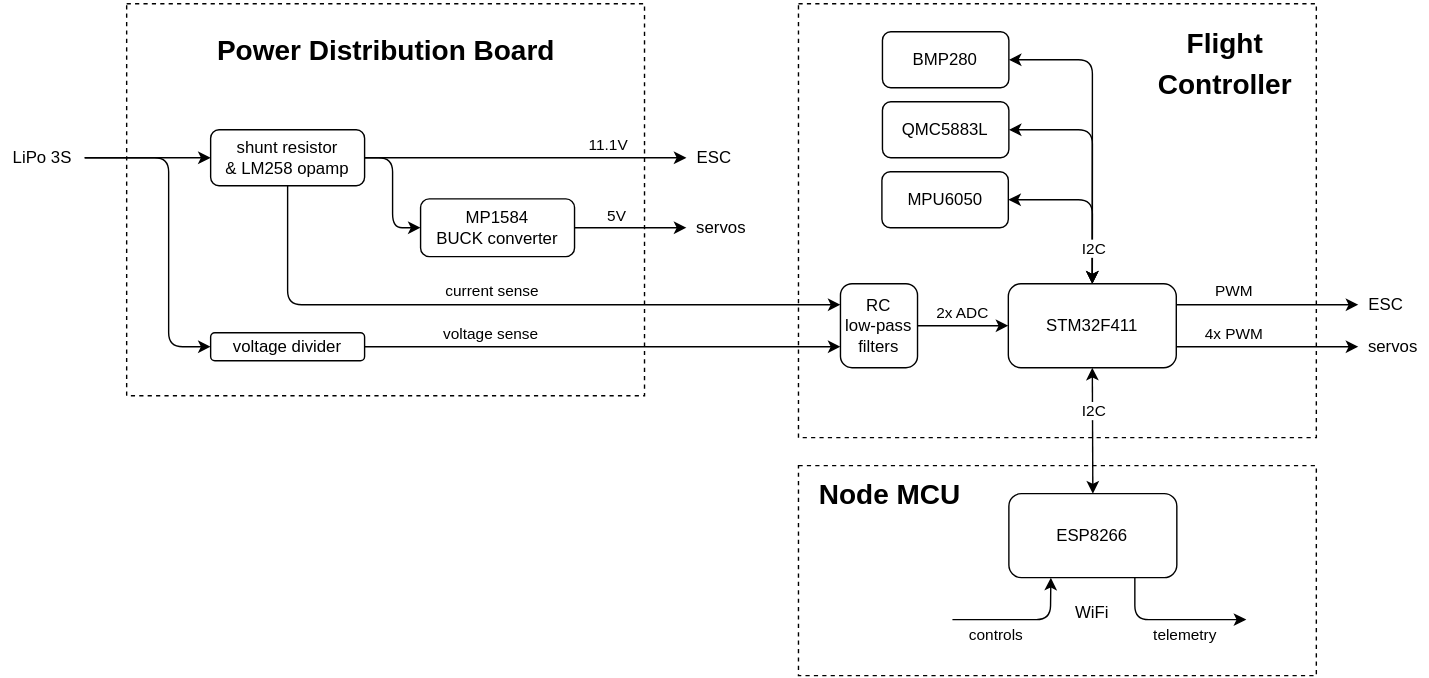
Above: docs/electronics_diagram.drawio.svg in Eryk-Mozdzen/uav-tvc-goose (draw.io), before the change. Source tidied: cells renumbered, new cells last; positions are measured from the earlier drawing's top-left corner, leaving out a move shared by most shapes. Source of this version:
```xml
<mxGraphModel background="#ffffff">
  <root>
    <mxCell id="0" />
    <mxCell id="1" parent="0" />
    <mxCell id="2" style="rounded=0;whiteSpace=wrap;html=1;dashed=1;" parent="1" vertex="1">
      <mxGeometry x="90" width="370" height="280" as="geometry" />
    </mxCell>
    <mxCell id="3" style="rounded=0;whiteSpace=wrap;html=1;dashed=1;" parent="1" vertex="1">
      <mxGeometry x="570" width="370" height="310" as="geometry" />
    </mxCell>
    <mxCell id="4" style="rounded=0;whiteSpace=wrap;html=1;dashed=1;" parent="1" vertex="1">
      <mxGeometry x="570" y="330" width="370" height="150" as="geometry" />
    </mxCell>
    <mxCell id="5" style="edgeStyle=none;html=1;entryX=0.25;entryY=1;entryDx=0;entryDy=0;" parent="1" edge="1" target="10">
      <mxGeometry relative="1" as="geometry">
        <mxPoint x="680" y="440" as="sourcePoint" />
        <Array as="points">
          <mxPoint x="750" y="440" />
        </Array>
      </mxGeometry>
    </mxCell>
    <mxCell id="6" value="controls" style="edgeLabel;html=1;align=center;verticalAlign=middle;" parent="5" vertex="1">
      <mxGeometry x="0.02" relative="1" as="geometry">
        <mxPoint x="-21" y="10" as="offset" />
      </mxGeometry>
    </mxCell>
    <mxCell id="7" value="STM32F411" style="rounded=1;whiteSpace=wrap;html=1;" parent="1" vertex="1">
      <mxGeometry x="719.9" y="200" width="120" height="60" as="geometry" />
    </mxCell>
    <mxCell id="8" style="edgeStyle=none;html=1;exitX=0.75;exitY=1;exitDx=0;exitDy=0;" parent="1" edge="1" source="10">
      <mxGeometry relative="1" as="geometry">
        <mxPoint x="890" y="440" as="targetPoint" />
        <Array as="points">
          <mxPoint x="810.3" y="440" />
        </Array>
      </mxGeometry>
    </mxCell>
    <mxCell id="9" value="telemetry" style="edgeLabel;html=1;align=center;verticalAlign=middle;" parent="8" vertex="1">
      <mxGeometry x="0.11" relative="1" as="geometry">
        <mxPoint x="4" y="10" as="offset" />
      </mxGeometry>
    </mxCell>
    <mxCell id="10" value="ESP8266" style="rounded=1;whiteSpace=wrap;html=1;" parent="1" vertex="1">
      <mxGeometry x="720.3" y="350" width="120" height="60" as="geometry" />
    </mxCell>
    <mxCell id="11" value="WiFi" style="text;html=1;strokeColor=none;fillColor=none;align=center;verticalAlign=middle;whiteSpace=wrap;rounded=0;" parent="1" vertex="1">
      <mxGeometry x="750.3" y="420" width="60" height="30" as="geometry" />
    </mxCell>
    <mxCell id="12" style="endArrow=classic;html=1;entryX=0;entryY=0.5;entryDx=0;entryDy=0;exitX=1;exitY=0.5;exitDx=0;exitDy=0;" parent="1" edge="1" source="33" target="31">
      <mxGeometry relative="1" as="geometry" />
    </mxCell>
    <mxCell id="13" value="11.1V" style="edgeLabel;html=1;align=center;verticalAlign=middle;" parent="12" vertex="1">
      <mxGeometry x="0.37" y="-2" relative="1" as="geometry">
        <mxPoint x="16" y="-12" as="offset" />
      </mxGeometry>
    </mxCell>
    <mxCell id="14" style="endArrow=classic;html=1;entryX=0;entryY=0.5;entryDx=0;entryDy=0;exitX=1;exitY=0.25;exitDx=0;exitDy=0;" parent="1" edge="1" source="7" target="16">
      <mxGeometry relative="1" as="geometry" />
    </mxCell>
    <mxCell id="15" value="PWM" style="edgeLabel;html=1;align=center;verticalAlign=middle;" parent="14" vertex="1">
      <mxGeometry x="-0.23" y="-1" relative="1" as="geometry">
        <mxPoint x="-10" y="-12" as="offset" />
      </mxGeometry>
    </mxCell>
    <mxCell id="16" value="ESC" style="text;html=1;strokeColor=none;fillColor=none;align=center;verticalAlign=middle;whiteSpace=wrap;rounded=0;" parent="1" vertex="1">
      <mxGeometry x="970" y="200" width="40" height="30" as="geometry" />
    </mxCell>
    <mxCell id="17" style="endArrow=classic;html=1;entryX=0;entryY=0.5;entryDx=0;entryDy=0;exitX=1;exitY=0.75;exitDx=0;exitDy=0;" parent="1" edge="1" source="7" target="19">
      <mxGeometry relative="1" as="geometry" />
    </mxCell>
    <mxCell id="18" value="4x PWM" style="edgeLabel;html=1;align=center;verticalAlign=middle;" parent="17" vertex="1">
      <mxGeometry x="0.34" y="1" relative="1" as="geometry">
        <mxPoint x="-47" y="-9" as="offset" />
      </mxGeometry>
    </mxCell>
    <mxCell id="19" value="servos" style="text;html=1;strokeColor=none;fillColor=none;align=center;verticalAlign=middle;whiteSpace=wrap;rounded=0;" parent="1" vertex="1">
      <mxGeometry x="970" y="230" width="50" height="30" as="geometry" />
    </mxCell>
    <mxCell id="20" value="QMC5883L" style="rounded=1;whiteSpace=wrap;html=1;" parent="1" vertex="1">
      <mxGeometry x="630" y="70" width="90.3" height="40" as="geometry" />
    </mxCell>
    <mxCell id="21" value="MPU6050" style="rounded=1;whiteSpace=wrap;html=1;" parent="1" vertex="1">
      <mxGeometry x="629.6" y="120" width="90.3" height="40" as="geometry" />
    </mxCell>
    <mxCell id="22" style="endArrow=classic;startArrow=classic;html=1;exitX=0.5;exitY=0;exitDx=0;exitDy=0;entryX=1;entryY=0.5;entryDx=0;entryDy=0;" parent="1" edge="1" source="7" target="21">
      <mxGeometry relative="1" as="geometry">
        <Array as="points">
          <mxPoint x="780" y="140" />
        </Array>
      </mxGeometry>
    </mxCell>
    <mxCell id="23" style="endArrow=classic;startArrow=classic;html=1;exitX=0.5;exitY=0;exitDx=0;exitDy=0;entryX=1;entryY=0.5;entryDx=0;entryDy=0;" parent="1" edge="1" source="7" target="20">
      <mxGeometry relative="1" as="geometry">
        <Array as="points">
          <mxPoint x="780" y="90" />
        </Array>
      </mxGeometry>
    </mxCell>
    <mxCell id="24" value="BMP280" style="rounded=1;whiteSpace=wrap;html=1;" parent="1" vertex="1">
      <mxGeometry x="630" y="20" width="90.3" height="40" as="geometry" />
    </mxCell>
    <mxCell id="25" style="endArrow=classic;startArrow=classic;html=1;exitX=0.5;exitY=0;exitDx=0;exitDy=0;entryX=1;entryY=0.5;entryDx=0;entryDy=0;" parent="1" edge="1" source="7" target="24">
      <mxGeometry relative="1" as="geometry">
        <Array as="points">
          <mxPoint x="780" y="40" />
        </Array>
      </mxGeometry>
    </mxCell>
    <mxCell id="26" value="I2C" style="edgeLabel;html=1;align=center;verticalAlign=middle;" parent="25" vertex="1">
      <mxGeometry x="0.44" relative="1" as="geometry">
        <mxPoint y="133" as="offset" />
      </mxGeometry>
    </mxCell>
    <mxCell id="27" value="&lt;div&gt;MP1584&lt;/div&gt;&lt;div&gt;BUCK converter&lt;/div&gt;" style="rounded=1;whiteSpace=wrap;html=1;" parent="1" vertex="1">
      <mxGeometry x="300" y="139.4" width="110" height="41.2" as="geometry" />
    </mxCell>
    <mxCell id="28" style="edgeStyle=none;html=1;exitX=1;exitY=0.5;exitDx=0;exitDy=0;" parent="1" edge="1" source="27" target="32">
      <mxGeometry relative="1" as="geometry" />
    </mxCell>
    <mxCell id="29" value="5V" style="edgeLabel;html=1;align=center;verticalAlign=middle;" parent="28" vertex="1">
      <mxGeometry x="0.33" y="-1" relative="1" as="geometry">
        <mxPoint x="-24" y="-10" as="offset" />
      </mxGeometry>
    </mxCell>
    <mxCell id="30" style="endArrow=classic;html=1;entryX=0;entryY=0.5;entryDx=0;entryDy=0;exitX=1;exitY=0.5;exitDx=0;exitDy=0;" parent="1" edge="1" source="33" target="27">
      <mxGeometry relative="1" as="geometry">
        <Array as="points">
          <mxPoint x="280" y="110" />
          <mxPoint x="280" y="160" />
        </Array>
      </mxGeometry>
    </mxCell>
    <mxCell id="31" value="ESC" style="text;html=1;strokeColor=none;fillColor=none;align=center;verticalAlign=middle;whiteSpace=wrap;rounded=0;" parent="1" vertex="1">
      <mxGeometry x="489.9" y="95" width="40" height="30" as="geometry" />
    </mxCell>
    <mxCell id="32" value="servos" style="text;html=1;strokeColor=none;fillColor=none;align=center;verticalAlign=middle;whiteSpace=wrap;rounded=0;" parent="1" vertex="1">
      <mxGeometry x="489.9" y="145" width="50" height="30" as="geometry" />
    </mxCell>
    <mxCell id="33" value="shunt resistor&lt;br&gt;&amp;amp; LM258 opamp" style="rounded=1;whiteSpace=wrap;html=1;" parent="1" vertex="1">
      <mxGeometry x="150" y="90" width="110" height="40" as="geometry" />
    </mxCell>
    <mxCell id="34" style="endArrow=classic;html=1;entryX=0;entryY=0.5;entryDx=0;entryDy=0;exitX=1;exitY=0.5;exitDx=0;exitDy=0;" parent="1" edge="1" source="39" target="33">
      <mxGeometry relative="1" as="geometry" />
    </mxCell>
    <mxCell id="35" style="endArrow=classic;html=1;exitX=0.5;exitY=1;exitDx=0;exitDy=0;entryX=0;entryY=0.25;entryDx=0;entryDy=0;" parent="1" edge="1" source="33" target="44">
      <mxGeometry relative="1" as="geometry">
        <Array as="points">
          <mxPoint x="205" y="215" />
        </Array>
      </mxGeometry>
    </mxCell>
    <mxCell id="36" value="current sense" style="edgeLabel;html=1;align=center;verticalAlign=middle;fontSize=11;" parent="35" vertex="1">
      <mxGeometry x="0.55" y="-1" relative="1" as="geometry">
        <mxPoint x="-141" y="-12" as="offset" />
      </mxGeometry>
    </mxCell>
    <mxCell id="37" style="endArrow=classic;startArrow=classic;html=1;exitX=0.5;exitY=1;exitDx=0;exitDy=0;entryX=0.5;entryY=0;entryDx=0;entryDy=0;" parent="1" edge="1" source="7" target="10">
      <mxGeometry relative="1" as="geometry" />
    </mxCell>
    <mxCell id="38" value="I2C" style="edgeLabel;html=1;align=center;verticalAlign=middle;" parent="37" vertex="1">
      <mxGeometry x="0.11" relative="1" as="geometry">
        <mxPoint y="-20" as="offset" />
      </mxGeometry>
    </mxCell>
    <mxCell id="39" value="LiPo 3S" style="text;html=1;strokeColor=none;fillColor=none;align=center;verticalAlign=middle;whiteSpace=wrap;rounded=0;dashed=1;" parent="1" vertex="1">
      <mxGeometry y="95" width="60" height="30" as="geometry" />
    </mxCell>
    <mxCell id="40" value="voltage divider" style="rounded=1;whiteSpace=wrap;html=1;" parent="1" vertex="1">
      <mxGeometry x="150" y="235" width="110" height="20" as="geometry" />
    </mxCell>
    <mxCell id="41" style="endArrow=classic;html=1;exitX=1;exitY=0.5;exitDx=0;exitDy=0;entryX=0;entryY=0.5;entryDx=0;entryDy=0;" parent="1" edge="1" source="39" target="40">
      <mxGeometry relative="1" as="geometry">
        <Array as="points">
          <mxPoint x="120" y="110" />
          <mxPoint x="120" y="245" />
        </Array>
      </mxGeometry>
    </mxCell>
    <mxCell id="42" style="endArrow=classic;html=1;exitX=1;exitY=0.5;exitDx=0;exitDy=0;entryX=0;entryY=0.75;entryDx=0;entryDy=0;" parent="1" edge="1" source="40" target="44">
      <mxGeometry relative="1" as="geometry" />
    </mxCell>
    <mxCell id="43" value="voltage sense" style="edgeLabel;html=1;align=center;verticalAlign=middle;fontSize=11;" parent="42" vertex="1">
      <mxGeometry x="-0.26" y="1" relative="1" as="geometry">
        <mxPoint x="-36" y="-9" as="offset" />
      </mxGeometry>
    </mxCell>
    <mxCell id="44" value="RC&lt;br&gt;low-pass filters" style="rounded=1;whiteSpace=wrap;html=1;" parent="1" vertex="1">
      <mxGeometry x="600" y="200" width="55.1" height="60" as="geometry" />
    </mxCell>
    <mxCell id="45" style="endArrow=classic;html=1;exitX=1;exitY=0.5;exitDx=0;exitDy=0;entryX=0;entryY=0.5;entryDx=0;entryDy=0;" parent="1" edge="1" source="44" target="7">
      <mxGeometry relative="1" as="geometry" />
    </mxCell>
    <mxCell id="46" value="2x ADC" style="edgeLabel;html=1;align=center;verticalAlign=middle;" parent="45" vertex="1">
      <mxGeometry x="-0.37" relative="1" as="geometry">
        <mxPoint x="11" y="-10" as="offset" />
      </mxGeometry>
    </mxCell>
    <mxCell id="47" value="&lt;h1&gt;&lt;font style=&quot;font-size: 20px&quot;&gt;Flight Controller&lt;/font&gt;&lt;/h1&gt;" style="text;html=1;strokeColor=none;fillColor=none;spacing=5;spacingTop=-20;whiteSpace=wrap;overflow=hidden;rounded=0;dashed=1;align=center;" parent="1" vertex="1">
      <mxGeometry x="820" y="7.5" width="110" height="65" as="geometry" />
    </mxCell>
    <mxCell id="48" value="&lt;h1&gt;&lt;font style=&quot;font-size: 20px&quot;&gt;Power Distribution Board&lt;/font&gt;&lt;/h1&gt;" style="text;html=1;strokeColor=none;fillColor=none;spacing=5;spacingTop=-20;whiteSpace=wrap;overflow=hidden;rounded=0;dashed=1;" parent="1" vertex="1">
      <mxGeometry x="150" y="12.5" width="260" height="40" as="geometry" />
    </mxCell>
    <mxCell id="49" value="&lt;h1&gt;&lt;font style=&quot;font-size: 20px&quot;&gt;Node MCU&lt;/font&gt;&lt;/h1&gt;" style="text;html=1;strokeColor=none;fillColor=none;spacing=5;spacingTop=-20;whiteSpace=wrap;overflow=hidden;rounded=0;dashed=1;" parent="1" vertex="1">
      <mxGeometry x="580" y="330" width="120" height="40" as="geometry" />
    </mxCell>
  </root>
</mxGraphModel>
```
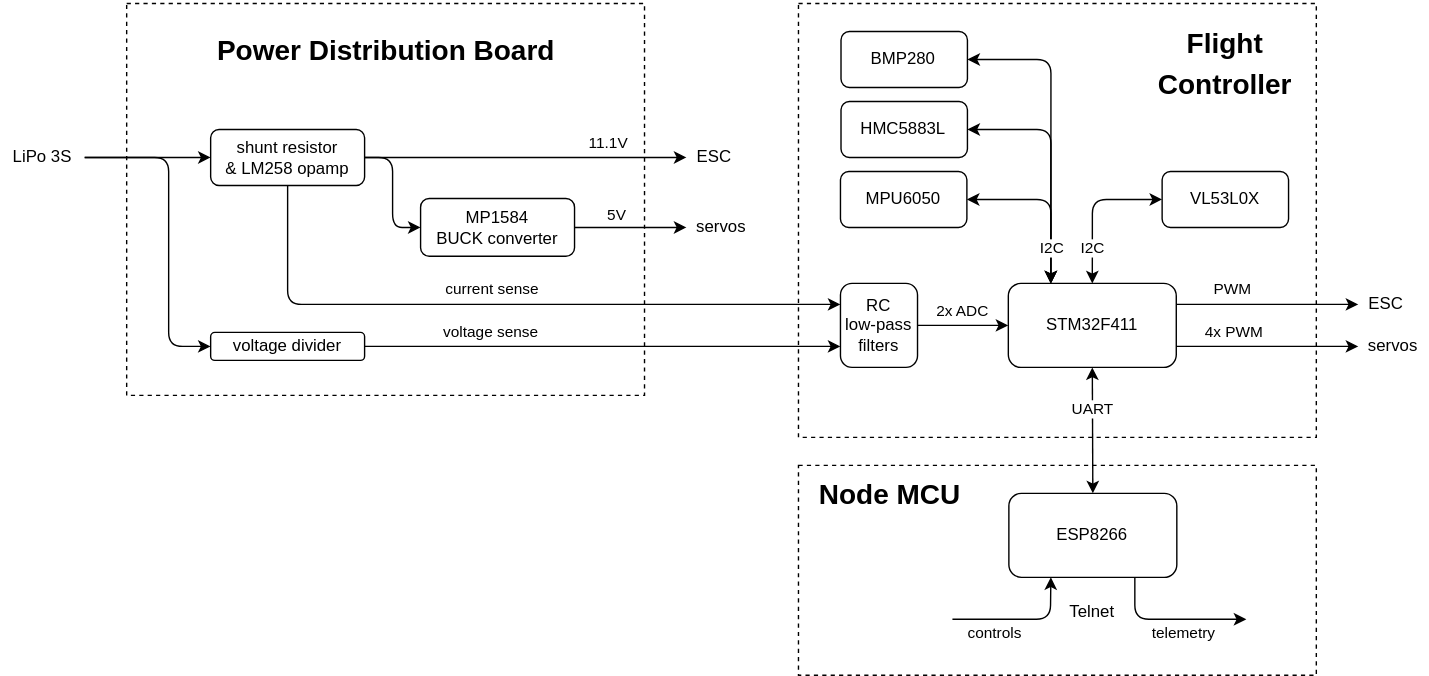
Later version of the same file.

The edit, as a diff of the source:
```diff
@@ -43,7 +43,7 @@
     <mxCell id="10" value="ESP8266" style="rounded=1;whiteSpace=wrap;html=1;" parent="1" vertex="1">
       <mxGeometry x="720.3" y="350" width="120" height="60" as="geometry" />
     </mxCell>
-    <mxCell id="11" value="WiFi" style="text;html=1;strokeColor=none;fillColor=none;align=center;verticalAlign=middle;whiteSpace=wrap;rounded=0;" parent="1" vertex="1">
+    <mxCell id="11" value="Telnet" style="text;html=1;strokeColor=none;fillColor=none;align=center;verticalAlign=middle;whiteSpace=wrap;rounded=0;" parent="1" vertex="1">
       <mxGeometry x="750.3" y="420" width="60" height="30" as="geometry" />
     </mxCell>
     <mxCell id="12" style="endArrow=classic;html=1;entryX=0;entryY=0.5;entryDx=0;entryDy=0;exitX=1;exitY=0.5;exitDx=0;exitDy=0;" parent="1" edge="1" source="33" target="31">
@@ -76,33 +76,36 @@
     <mxCell id="19" value="servos" style="text;html=1;strokeColor=none;fillColor=none;align=center;verticalAlign=middle;whiteSpace=wrap;rounded=0;" parent="1" vertex="1">
       <mxGeometry x="970" y="230" width="50" height="30" as="geometry" />
     </mxCell>
-    <mxCell id="20" value="QMC5883L" style="rounded=1;whiteSpace=wrap;html=1;" parent="1" vertex="1">
-      <mxGeometry x="630" y="70" width="90.3" height="40" as="geometry" />
+    <mxCell id="20" value="HMC5883L" style="rounded=1;whiteSpace=wrap;html=1;" parent="1" vertex="1">
+      <mxGeometry x="600.4" y="70" width="90.3" height="40" as="geometry" />
     </mxCell>
     <mxCell id="21" value="MPU6050" style="rounded=1;whiteSpace=wrap;html=1;" parent="1" vertex="1">
-      <mxGeometry x="629.6" y="120" width="90.3" height="40" as="geometry" />
+      <mxGeometry x="600" y="120" width="90.3" height="40" as="geometry" />
     </mxCell>
-    <mxCell id="22" style="endArrow=classic;startArrow=classic;html=1;exitX=0.5;exitY=0;exitDx=0;exitDy=0;entryX=1;entryY=0.5;entryDx=0;entryDy=0;" parent="1" edge="1" source="7" target="21">
+    <mxCell id="22" style="endArrow=classic;startArrow=classic;html=1;exitX=0.5;exitY=0;exitDx=0;exitDy=0;entryX=1;entryY=0.5;entryDx=0;entryDy=0;" parent="1" edge="1" target="21">
       <mxGeometry relative="1" as="geometry">
+        <mxPoint x="750.3" y="200" as="sourcePoint" />
         <Array as="points">
-          <mxPoint x="780" y="140" />
+          <mxPoint x="750.4" y="140" />
         </Array>
       </mxGeometry>
     </mxCell>
-    <mxCell id="23" style="endArrow=classic;startArrow=classic;html=1;exitX=0.5;exitY=0;exitDx=0;exitDy=0;entryX=1;entryY=0.5;entryDx=0;entryDy=0;" parent="1" edge="1" source="7" target="20">
+    <mxCell id="23" style="endArrow=classic;startArrow=classic;html=1;exitX=0.5;exitY=0;exitDx=0;exitDy=0;entryX=1;entryY=0.5;entryDx=0;entryDy=0;" parent="1" edge="1" target="20">
       <mxGeometry relative="1" as="geometry">
+        <mxPoint x="750.3" y="200" as="sourcePoint" />
         <Array as="points">
-          <mxPoint x="780" y="90" />
+          <mxPoint x="750.4" y="90" />
         </Array>
       </mxGeometry>
     </mxCell>
     <mxCell id="24" value="BMP280" style="rounded=1;whiteSpace=wrap;html=1;" parent="1" vertex="1">
-      <mxGeometry x="630" y="20" width="90.3" height="40" as="geometry" />
+      <mxGeometry x="600.4" y="20" width="90.3" height="40" as="geometry" />
     </mxCell>
-    <mxCell id="25" style="endArrow=classic;startArrow=classic;html=1;exitX=0.5;exitY=0;exitDx=0;exitDy=0;entryX=1;entryY=0.5;entryDx=0;entryDy=0;" parent="1" edge="1" source="7" target="24">
+    <mxCell id="25" style="endArrow=classic;startArrow=classic;html=1;exitX=0.5;exitY=0;exitDx=0;exitDy=0;entryX=1;entryY=0.5;entryDx=0;entryDy=0;" parent="1" edge="1" target="24">
       <mxGeometry relative="1" as="geometry">
+        <mxPoint x="750.3" y="200" as="sourcePoint" />
         <Array as="points">
-          <mxPoint x="780" y="40" />
+          <mxPoint x="750.4" y="40" />
         </Array>
       </mxGeometry>
     </mxCell>
@@ -157,7 +160,7 @@
     <mxCell id="37" style="endArrow=classic;startArrow=classic;html=1;exitX=0.5;exitY=1;exitDx=0;exitDy=0;entryX=0.5;entryY=0;entryDx=0;entryDy=0;" parent="1" edge="1" source="7" target="10">
       <mxGeometry relative="1" as="geometry" />
     </mxCell>
-    <mxCell id="38" value="I2C" style="edgeLabel;html=1;align=center;verticalAlign=middle;" parent="37" vertex="1">
+    <mxCell id="38" value="UART" style="edgeLabel;html=1;align=center;verticalAlign=middle;" parent="37" vertex="1">
       <mxGeometry x="0.11" relative="1" as="geometry">
         <mxPoint y="-20" as="offset" />
       </mxGeometry>
@@ -204,5 +207,20 @@
     <mxCell id="49" value="&lt;h1&gt;&lt;font style=&quot;font-size: 20px&quot;&gt;Node MCU&lt;/font&gt;&lt;/h1&gt;" style="text;html=1;strokeColor=none;fillColor=none;spacing=5;spacingTop=-20;whiteSpace=wrap;overflow=hidden;rounded=0;dashed=1;" parent="1" vertex="1">
       <mxGeometry x="580" y="330" width="120" height="40" as="geometry" />
     </mxCell>
+    <mxCell id="50" value="VL53L0X" style="rounded=1;whiteSpace=wrap;html=1;" parent="1" vertex="1">
+      <mxGeometry x="829.8" y="120" width="90.3" height="40" as="geometry" />
+    </mxCell>
+    <mxCell id="51" style="endArrow=classic;startArrow=classic;html=1;fontSize=11;entryX=0;entryY=0.5;entryDx=0;entryDy=0;exitX=0.5;exitY=0;exitDx=0;exitDy=0;" parent="1" edge="1" source="7" target="50">
+      <mxGeometry relative="1" as="geometry">
+        <Array as="points">
+          <mxPoint x="780" y="140" />
+        </Array>
+      </mxGeometry>
+    </mxCell>
+    <mxCell id="52" value="I2C" style="edgeLabel;html=1;align=center;verticalAlign=middle;fontSize=11;" parent="51" vertex="1">
+      <mxGeometry x="-0.64" relative="1" as="geometry">
+        <mxPoint y="-5" as="offset" />
+      </mxGeometry>
+    </mxCell>
   </root>
 </mxGraphModel>
```
